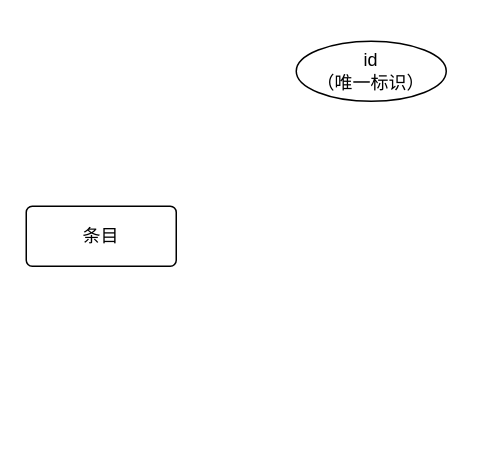
Earlier version of the draw.io diagram entry(E-R).drawio (ColinCongDu/chart). Source tidied: cells renumbered, new cells numbered last; positions are measured from the earlier drawing's top-left corner, leaving out a move shared by most shapes. Both pictures are drawn from the tidied source at 150%, with x=0, y=0 at pixel (26, 40).
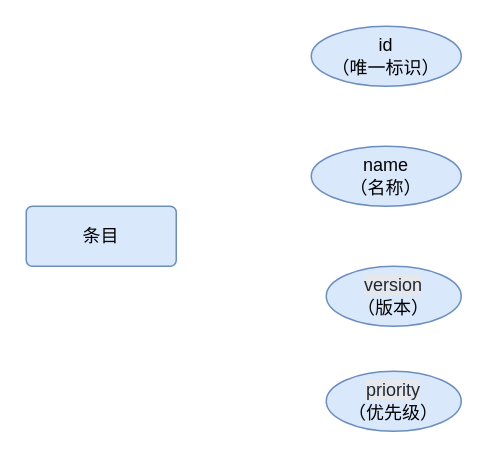
Above is the later version.

The edit, as a diff of the source:
```diff
@@
 <mxGraphModel>
   <root>
     <mxCell id="0" />
     <mxCell id="1" parent="0" />
-    <mxCell id="2" value="条目" style="rounded=1;arcSize=10;whiteSpace=wrap;html=1;align=center;" parent="1" vertex="1">
+    <mxCell id="2" value="条目" style="rounded=1;arcSize=10;whiteSpace=wrap;html=1;align=center;fillColor=#dae8fc;strokeColor=#6c8ebf;" parent="1" vertex="1">
       <mxGeometry y="110" width="100" height="40" as="geometry" />
     </mxCell>
-    <mxCell id="3" value="id&lt;div&gt;（唯一标识）&lt;/div&gt;" style="ellipse;whiteSpace=wrap;html=1;align=center;" parent="1" vertex="1">
-      <mxGeometry x="180" width="100" height="40" as="geometry" />
+    <mxCell id="3" value="id&lt;div&gt;（唯一标识）&lt;/div&gt;" style="ellipse;whiteSpace=wrap;html=1;align=center;fillColor=#dae8fc;strokeColor=#6c8ebf;" parent="1" vertex="1">
+      <mxGeometry x="190" y="-10" width="100" height="40" as="geometry" />
     </mxCell>
+    <mxCell id="4" value="name&lt;br&gt;&lt;div&gt;（名称）&lt;/div&gt;" style="ellipse;whiteSpace=wrap;html=1;align=center;strokeColor=#6c8ebf;verticalAlign=middle;fontFamily=Helvetica;fontSize=12;fontColor=default;fillColor=#dae8fc;" parent="1" vertex="1">
+      <mxGeometry x="190" y="70" width="100" height="40" as="geometry" />
+    </mxCell>
+    <mxCell id="5" value="&lt;span style=&quot;color: rgb(31, 41, 55); font-family: AlibabaPuHuiTi-3-55-Regular; text-align: left; text-wrap-mode: nowrap; background-color: rgb(229, 231, 235);&quot;&gt;version&lt;/span&gt;&lt;br&gt;&lt;div&gt;（版本）&lt;/div&gt;" style="ellipse;whiteSpace=wrap;html=1;align=center;strokeColor=#6c8ebf;verticalAlign=middle;fontFamily=Helvetica;fontSize=12;fontColor=default;fillColor=#dae8fc;" parent="1" vertex="1">
+      <mxGeometry x="200" y="150" width="90" height="40" as="geometry" />
+    </mxCell>
+    <mxCell id="6" value="&lt;span style=&quot;color: rgb(31, 41, 55); font-family: AlibabaPuHuiTi-3-55-Regular; text-align: left; text-wrap-mode: nowrap; background-color: rgb(230, 232, 236);&quot;&gt;priority&lt;/span&gt;&lt;br&gt;&lt;div&gt;（优先级）&lt;/div&gt;" style="ellipse;whiteSpace=wrap;html=1;align=center;strokeColor=#6c8ebf;verticalAlign=middle;fontFamily=Helvetica;fontSize=12;fontColor=default;fillColor=#dae8fc;" parent="1" vertex="1">
+      <mxGeometry x="200" y="220" width="90" height="40" as="geometry" />
+    </mxCell>
   </root>
 </mxGraphModel>
```
